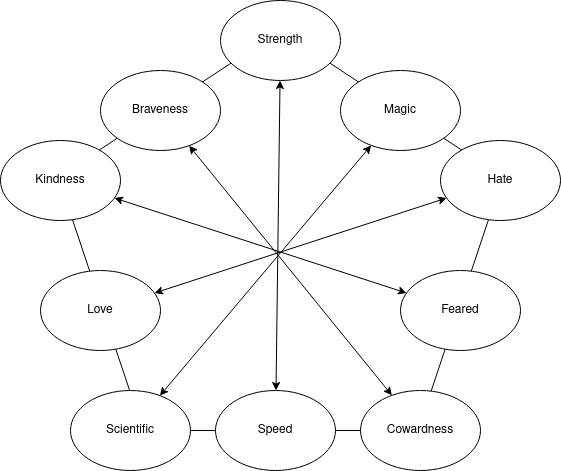
Earlier version of the draw.io export images/skill-set.drawio.png (mesw/fantasycards). Source tidied: cells renumbered, new cells last; positions are measured from the earlier drawing's top-left corner, leaving out a move shared by most shapes.
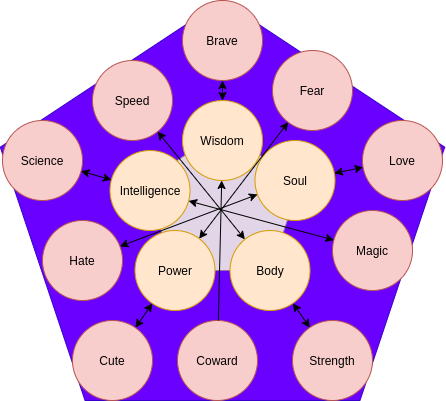
The same diagram one commit later.

Change to the diagram source:
```diff
@@ -2,53 +2,86 @@
   <root>
     <mxCell id="0" />
     <mxCell id="1" parent="0" />
-    <mxCell id="2" style="whiteSpace=wrap;html=1;shape=mxgraph.basic.pentagon;" parent="1" vertex="1">
+    <mxCell id="2" style="whiteSpace=wrap;html=1;shape=mxgraph.basic.pentagon;fontStyle=1;fillColor=#6a00ff;fontColor=#ffffff;strokeColor=#3700CC;" parent="1" vertex="1">
       <mxGeometry x="57.8" y="30" width="444.4" height="400" as="geometry" />
     </mxCell>
+    <mxCell id="18" style="whiteSpace=wrap;html=1;shape=mxgraph.basic.pentagon;fillColor=#e1d5e7;strokeColor=#9673a6;" parent="1" vertex="1">
+      <mxGeometry x="202.2" y="160" width="155.6" height="140" as="geometry" />
+    </mxCell>
-    <mxCell id="3" style="rounded=0;jettySize=auto;html=1;startArrow=classic;startFill=1;" parent="1" edge="1" source="4" target="5">
+    <mxCell id="3" style="rounded=0;jettySize=auto;html=1;startArrow=classic;startFill=1;" parent="1" edge="1" source="4" target="28">
       <mxGeometry relative="1" as="geometry" />
     </mxCell>
-    <mxCell id="4" value="Strength" style="ellipse;whiteSpace=wrap;html=1;" parent="1" vertex="1">
-      <mxGeometry x="220" width="120" height="80" as="geometry" />
+    <mxCell id="4" value="Strength" style="ellipse;whiteSpace=wrap;html=1;fillColor=#f8cecc;strokeColor=#b85450;" parent="1" vertex="1">
+      <mxGeometry x="350" y="350" width="80" height="80" as="geometry" />
     </mxCell>
-    <mxCell id="5" value="Speed" style="ellipse;whiteSpace=wrap;html=1;" parent="1" vertex="1">
-      <mxGeometry x="215" y="390" width="120" height="80" as="geometry" />
+    <mxCell id="5" value="Speed" style="ellipse;whiteSpace=wrap;html=1;fillColor=#f8cecc;strokeColor=#b85450;" parent="1" vertex="1">
+      <mxGeometry x="150" y="90" width="80" height="80" as="geometry" />
     </mxCell>
-    <mxCell id="6" value="Hate" style="ellipse;whiteSpace=wrap;html=1;" parent="1" vertex="1">
-      <mxGeometry x="440" y="140" width="120" height="80" as="geometry" />
+    <mxCell id="6" value="Hate" style="ellipse;whiteSpace=wrap;html=1;fillColor=#f8cecc;strokeColor=#b85450;" parent="1" vertex="1">
+      <mxGeometry x="100" y="250" width="80" height="80" as="geometry" />
     </mxCell>
-    <mxCell id="7" style="edgeStyle=none;rounded=0;jettySize=auto;html=1;startArrow=classic;startFill=1;" parent="1" edge="1" source="8" target="6">
+    <mxCell id="7" style="edgeStyle=none;rounded=0;jettySize=auto;html=1;startArrow=classic;startFill=1;endArrow=classic;endFill=1;" parent="1" edge="1" source="20" target="6">
       <mxGeometry relative="1" as="geometry" />
     </mxCell>
-    <mxCell id="8" value="Love" style="ellipse;whiteSpace=wrap;html=1;" parent="1" vertex="1">
-      <mxGeometry x="40" y="270" width="120" height="80" as="geometry" />
+    <mxCell id="8" value="Love" style="ellipse;whiteSpace=wrap;html=1;fillColor=#f8cecc;strokeColor=#b85450;" parent="1" vertex="1">
+      <mxGeometry x="420" y="150" width="80" height="80" as="geometry" />
     </mxCell>
-    <mxCell id="9" style="edgeStyle=none;rounded=0;jettySize=auto;html=1;startArrow=classic;startFill=1;" parent="1" edge="1" source="10" target="11">
-      <mxGeometry relative="1" as="geometry" />
-    </mxCell>
-    <mxCell id="10" value="Braveness" style="ellipse;whiteSpace=wrap;html=1;" parent="1" vertex="1">
-      <mxGeometry x="100" y="70" width="120" height="80" as="geometry" />
+    <mxCell id="10" value="Brave" style="ellipse;whiteSpace=wrap;html=1;fillColor=#f8cecc;strokeColor=#b85450;" parent="1" vertex="1">
+      <mxGeometry x="240" y="30" width="80" height="80" as="geometry" />
     </mxCell>
-    <mxCell id="11" value="Cowardness" style="ellipse;whiteSpace=wrap;html=1;" parent="1" vertex="1">
-      <mxGeometry x="360" y="390" width="120" height="80" as="geometry" />
+    <mxCell id="11" value="Coward" style="ellipse;whiteSpace=wrap;html=1;fillColor=#f8cecc;strokeColor=#b85450;" parent="1" vertex="1">
+      <mxGeometry x="235" y="350" width="80" height="80" as="geometry" />
     </mxCell>
-    <mxCell id="12" value="Scientific" style="ellipse;whiteSpace=wrap;html=1;" parent="1" vertex="1">
-      <mxGeometry x="70" y="390" width="120" height="80" as="geometry" />
+    <mxCell id="12" value="Science" style="ellipse;whiteSpace=wrap;html=1;fillColor=#f8cecc;strokeColor=#b85450;" parent="1" vertex="1">
+      <mxGeometry x="60" y="150" width="80" height="80" as="geometry" />
     </mxCell>
-    <mxCell id="13" style="edgeStyle=none;rounded=0;jettySize=auto;html=1;startArrow=classic;startFill=1;" parent="1" edge="1" source="14" target="12">
+    <mxCell id="13" style="edgeStyle=none;rounded=0;jettySize=auto;html=1;startArrow=classic;startFill=1;endArrow=classic;endFill=1;" parent="1" edge="1" source="24" target="12">
       <mxGeometry relative="1" as="geometry" />
     </mxCell>
-    <mxCell id="14" value="Magic" style="ellipse;whiteSpace=wrap;html=1;" parent="1" vertex="1">
-      <mxGeometry x="340" y="70" width="120" height="80" as="geometry" />
+    <mxCell id="14" value="Magic" style="ellipse;whiteSpace=wrap;html=1;fillColor=#f8cecc;strokeColor=#b85450;" parent="1" vertex="1">
+      <mxGeometry x="390" y="240" width="80" height="80" as="geometry" />
     </mxCell>
-    <mxCell id="15" style="edgeStyle=none;rounded=0;jettySize=auto;html=1;startArrow=classic;startFill=1;" parent="1" edge="1" source="16" target="17">
+    <mxCell id="15" style="edgeStyle=none;rounded=0;jettySize=auto;html=1;startArrow=classic;startFill=1;endArrow=classic;endFill=1;" parent="1" edge="1" source="26" target="17">
       <mxGeometry relative="1" as="geometry" />
     </mxCell>
-    <mxCell id="16" value="Feared" style="ellipse;whiteSpace=wrap;html=1;" parent="1" vertex="1">
-      <mxGeometry x="400" y="270" width="120" height="80" as="geometry" />
+    <mxCell id="16" value="Fear" style="ellipse;whiteSpace=wrap;html=1;fillColor=#f8cecc;strokeColor=#b85450;" parent="1" vertex="1">
+      <mxGeometry x="330" y="80" width="80" height="80" as="geometry" />
     </mxCell>
-    <mxCell id="17" value="Kindness" style="ellipse;whiteSpace=wrap;html=1;" parent="1" vertex="1">
-      <mxGeometry y="140" width="120" height="80" as="geometry" />
+    <mxCell id="17" value="Cute" style="ellipse;whiteSpace=wrap;html=1;fillColor=#f8cecc;strokeColor=#b85450;" parent="1" vertex="1">
+      <mxGeometry x="130" y="350" width="80" height="80" as="geometry" />
     </mxCell>
+    <mxCell id="19" style="rounded=0;jettySize=auto;html=1;startArrow=classic;startFill=1;" parent="1" edge="1" source="28" target="5">
+      <mxGeometry relative="1" as="geometry" />
+    </mxCell>
+    <mxCell id="20" value="Soul" style="ellipse;whiteSpace=wrap;html=1;labelPosition=center;verticalLabelPosition=middle;align=center;verticalAlign=middle;fillColor=#ffe6cc;strokeColor=#d79b00;" parent="1" vertex="1">
+      <mxGeometry x="312.5" y="170" width="80" height="80" as="geometry" />
+    </mxCell>
+    <mxCell id="21" style="edgeStyle=none;rounded=0;jettySize=auto;html=1;startArrow=classic;startFill=1;endArrow=classic;endFill=1;" parent="1" edge="1" source="8" target="20">
+      <mxGeometry relative="1" as="geometry" />
+    </mxCell>
+    <mxCell id="22" value="Wisdom" style="ellipse;whiteSpace=wrap;html=1;labelPosition=center;verticalLabelPosition=middle;align=center;verticalAlign=middle;fillColor=#ffe6cc;strokeColor=#d79b00;" parent="1" vertex="1">
+      <mxGeometry x="240" y="130" width="80" height="80" as="geometry" />
+    </mxCell>
+    <mxCell id="23" style="edgeStyle=none;rounded=0;jettySize=auto;html=1;startArrow=classic;startFill=1;endArrow=classic;endFill=1;" parent="1" edge="1" source="10" target="22">
+      <mxGeometry relative="1" as="geometry" />
+    </mxCell>
+    <mxCell id="24" value="Intelligence" style="ellipse;whiteSpace=wrap;html=1;labelPosition=center;verticalLabelPosition=middle;align=center;verticalAlign=middle;fillColor=#ffe6cc;strokeColor=#d79b00;" parent="1" vertex="1">
+      <mxGeometry x="167.5" y="180" width="80" height="80" as="geometry" />
+    </mxCell>
+    <mxCell id="25" style="edgeStyle=none;rounded=0;jettySize=auto;html=1;startArrow=classic;startFill=1;endArrow=classic;endFill=1;" parent="1" edge="1" source="14" target="24">
+      <mxGeometry relative="1" as="geometry" />
+    </mxCell>
+    <mxCell id="26" value="Power" style="ellipse;whiteSpace=wrap;html=1;labelPosition=center;verticalLabelPosition=middle;align=center;verticalAlign=middle;fillColor=#ffe6cc;strokeColor=#d79b00;" parent="1" vertex="1">
+      <mxGeometry x="192.5" y="260" width="80" height="80" as="geometry" />
+    </mxCell>
+    <mxCell id="27" style="edgeStyle=none;rounded=0;jettySize=auto;html=1;startArrow=classic;startFill=1;endArrow=classic;endFill=1;" parent="1" edge="1" source="16" target="26">
+      <mxGeometry relative="1" as="geometry" />
+    </mxCell>
+    <mxCell id="28" value="Body" style="ellipse;whiteSpace=wrap;html=1;labelPosition=center;verticalLabelPosition=middle;align=center;verticalAlign=middle;fillColor=#ffe6cc;strokeColor=#d79b00;" parent="1" vertex="1">
+      <mxGeometry x="287.5" y="260" width="80" height="80" as="geometry" />
+    </mxCell>
+    <mxCell id="29" style="edgeStyle=none;rounded=0;jettySize=auto;html=1;startArrow=classic;startFill=1;endArrow=none;endFill=1;" parent="1" edge="1" source="22" target="11">
+      <mxGeometry relative="1" as="geometry" />
+    </mxCell>
   </root>
 </mxGraphModel>
```
